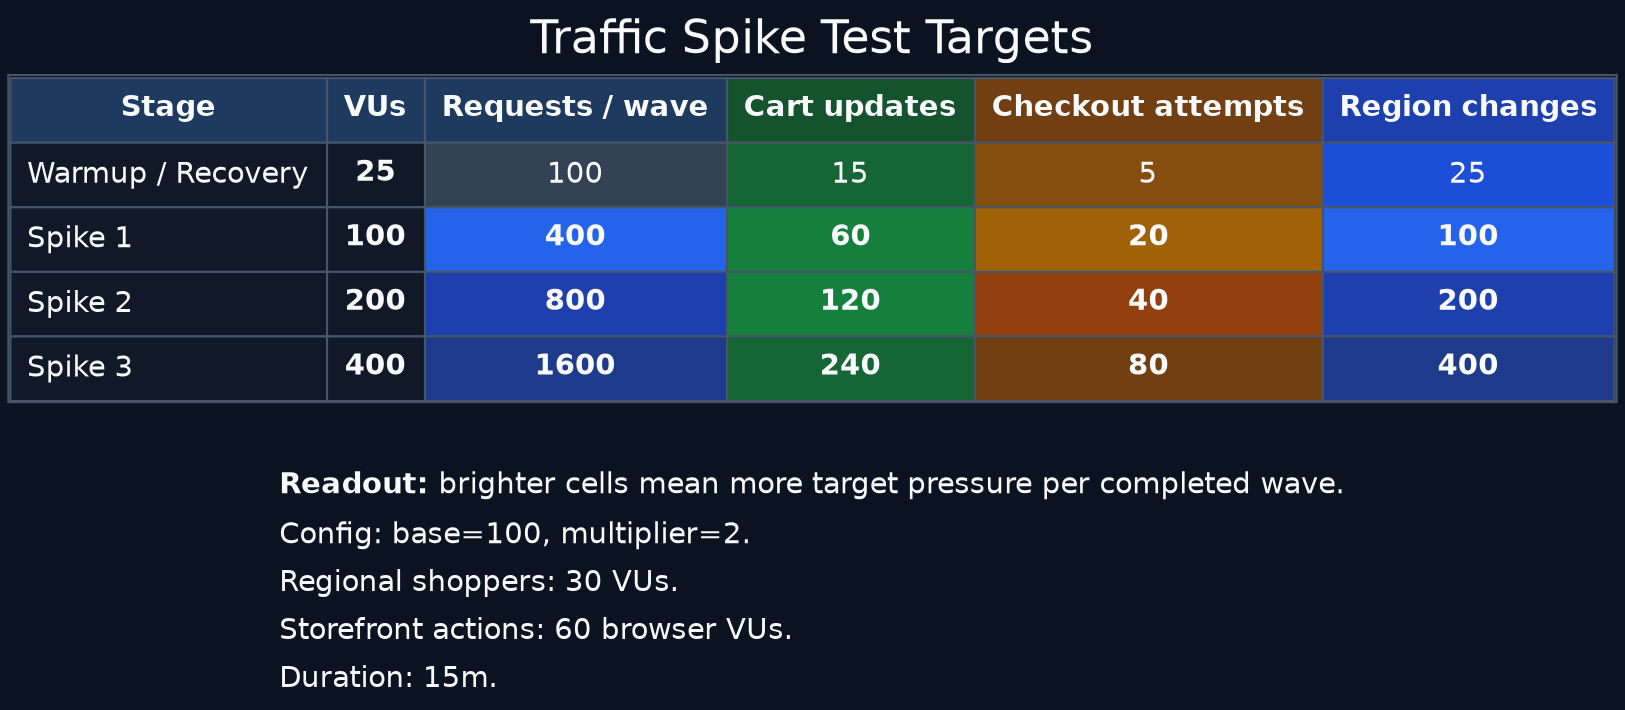
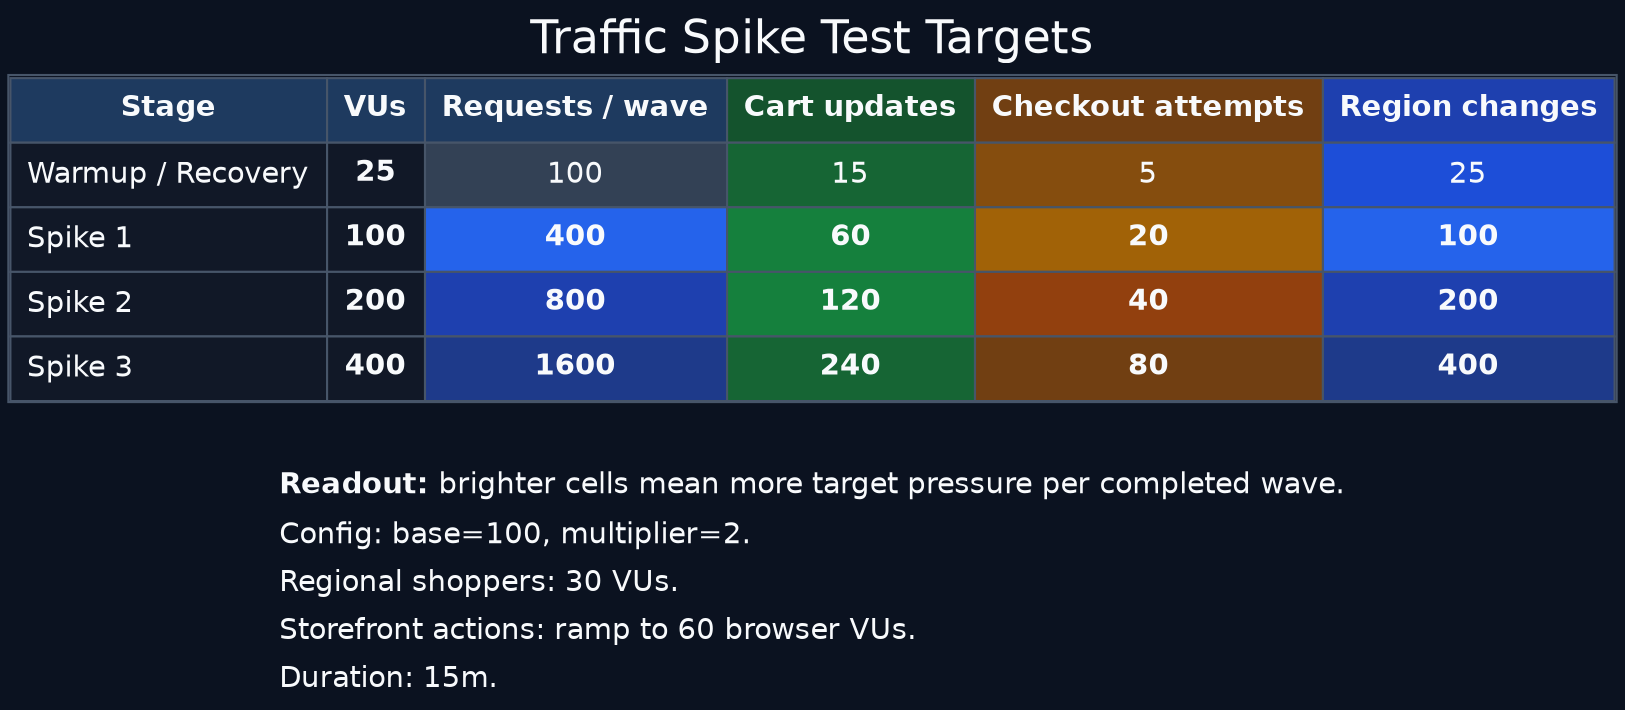
digraph traffic_spike_target_heatmap_dark {
  graph [rankdir=TB, labelloc=t, label="Traffic Spike Test Targets", bgcolor="#0b1220", fontcolor="#f8fafc", fontsize=22, fontname="Helvetica", nodesep=0.35, ranksep=0.4];
  node [shape=plain, fontname="Helvetica", fontcolor="#f8fafc"];
  edge [style=invis];

  target_heatmap [label=<
    <TABLE BORDER="1" CELLBORDER="1" CELLSPACING="0" CELLPADDING="7" COLOR="#475569">
      <TR><TD BGCOLOR="#1e3a5f"><FONT COLOR="#f8fafc"><B>Stage</B></FONT></TD><TD BGCOLOR="#1e3a5f"><FONT COLOR="#f8fafc"><B>VUs</B></FONT></TD><TD BGCOLOR="#1e3a5f"><FONT COLOR="#f8fafc"><B>Requests / wave</B></FONT></TD><TD BGCOLOR="#14532d"><FONT COLOR="#f8fafc"><B>Cart updates</B></FONT></TD><TD BGCOLOR="#713f12"><FONT COLOR="#f8fafc"><B>Checkout attempts</B></FONT></TD><TD BGCOLOR="#1e40af"><FONT COLOR="#f8fafc"><B>Region changes</B></FONT></TD></TR>
      <TR><TD ALIGN="LEFT" BGCOLOR="#111827"><FONT COLOR="#f8fafc">Warmup / Recovery</FONT></TD><TD BGCOLOR="#111827"><FONT COLOR="#f8fafc"><B>25</B></FONT></TD><TD BGCOLOR="#334155"><FONT COLOR="#f8fafc">100</FONT></TD><TD BGCOLOR="#166534"><FONT COLOR="#f8fafc">15</FONT></TD><TD BGCOLOR="#854d0e"><FONT COLOR="#f8fafc">5</FONT></TD><TD BGCOLOR="#1d4ed8"><FONT COLOR="#f8fafc">25</FONT></TD></TR>
      <TR><TD ALIGN="LEFT" BGCOLOR="#111827"><FONT COLOR="#f8fafc">Spike 1</FONT></TD><TD BGCOLOR="#111827"><FONT COLOR="#f8fafc"><B>100</B></FONT></TD><TD BGCOLOR="#2563eb"><FONT COLOR="#f8fafc"><B>400</B></FONT></TD><TD BGCOLOR="#15803d"><FONT COLOR="#f8fafc"><B>60</B></FONT></TD><TD BGCOLOR="#a16207"><FONT COLOR="#f8fafc"><B>20</B></FONT></TD><TD BGCOLOR="#2563eb"><FONT COLOR="#f8fafc"><B>100</B></FONT></TD></TR>
      <TR><TD ALIGN="LEFT" BGCOLOR="#111827"><FONT COLOR="#f8fafc">Spike 2</FONT></TD><TD BGCOLOR="#111827"><FONT COLOR="#f8fafc"><B>200</B></FONT></TD><TD BGCOLOR="#1e40af"><FONT COLOR="#f8fafc"><B>800</B></FONT></TD><TD BGCOLOR="#15803d"><FONT COLOR="#f8fafc"><B>120</B></FONT></TD><TD BGCOLOR="#92400e"><FONT COLOR="#f8fafc"><B>40</B></FONT></TD><TD BGCOLOR="#1e40af"><FONT COLOR="#f8fafc"><B>200</B></FONT></TD></TR>
      <TR><TD ALIGN="LEFT" BGCOLOR="#111827"><FONT COLOR="#f8fafc">Spike 3</FONT></TD><TD BGCOLOR="#111827"><FONT COLOR="#f8fafc"><B>400</B></FONT></TD><TD BGCOLOR="#1e3a8a"><FONT COLOR="#f8fafc"><B>1600</B></FONT></TD><TD BGCOLOR="#166534"><FONT COLOR="#f8fafc"><B>240</B></FONT></TD><TD BGCOLOR="#713f12"><FONT COLOR="#f8fafc"><B>80</B></FONT></TD><TD BGCOLOR="#1e3a8a"><FONT COLOR="#f8fafc"><B>400</B></FONT></TD></TR>
    </TABLE>
  >];

  target_note [label=<
    <TABLE BORDER="0" CELLBORDER="0" CELLSPACING="0" CELLPADDING="4">
      <TR><TD ALIGN="LEFT"><FONT COLOR="#f8fafc"><B>Readout:</B> brighter cells mean more target pressure per completed wave.</FONT></TD></TR>
      <TR><TD ALIGN="LEFT"><FONT COLOR="#f8fafc">Config: base=100, multiplier=2.</FONT></TD></TR>
      <TR><TD ALIGN="LEFT"><FONT COLOR="#f8fafc">Regional shoppers: 30 VUs.</FONT></TD></TR>
-       <TR><TD ALIGN="LEFT"><FONT COLOR="#f8fafc">Storefront actions: 60 browser VUs.</FONT></TD></TR>
+       <TR><TD ALIGN="LEFT"><FONT COLOR="#f8fafc">Storefront actions: ramp to 60 browser VUs.</FONT></TD></TR>
      <TR><TD ALIGN="LEFT"><FONT COLOR="#f8fafc">Duration: 15m.</FONT></TD></TR>
    </TABLE>
  >];

  target_heatmap -> target_note;
}
